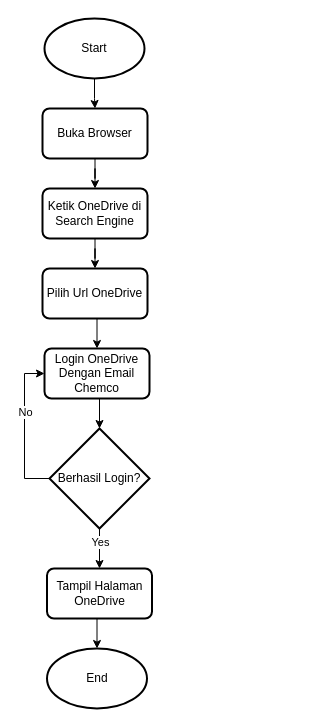
The draw.io diagram OneDrive.drawio in armanefendi/Arman-Efendi, before the edit. Source tidied: cells renumbered, new cells numbered last; positions are measured from the earlier drawing's top-left corner, leaving out a move shared by most shapes. Both pictures are drawn from the tidied source at 100%, with x=0, y=0 at pixel (42, 18). Pictures stored in the file or linked from it are replaced by grey dashed boxes.
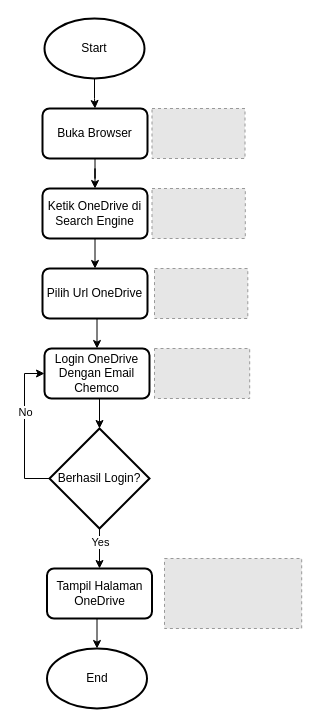
After the change.

The change refers to these unchanged cells:
```xml
<mxCell id="7" value="Ketik OneDrive di Search Engine" style="rounded=1;whiteSpace=wrap;html=1;absoluteArcSize=1;arcSize=14;strokeWidth=2;" parent="1" vertex="1">
  <mxGeometry y="170" width="105" height="50" as="geometry" />
</mxCell>
<mxCell id="9" value="Pilih Url OneDrive" style="rounded=1;whiteSpace=wrap;html=1;absoluteArcSize=1;arcSize=14;strokeWidth=2;" parent="1" vertex="1">
  <mxGeometry y="250" width="105" height="50" as="geometry" />
</mxCell>
```

What changed in the source:
```diff
@@
-    <mxCell id="6" style="edgeStyle=orthogonalEdgeStyle;rounded=0;jettySize=auto;html=1;exitX=0.5;exitY=1;exitDx=0;exitDy=0;" parent="1" edge="1" source="7" target="9">
+    <mxCell id="6" style="edgeStyle=orthogonalEdgeStyle;rounded=0;jettySize=auto;html=1;exitX=0.5;exitY=1;exitDx=0;exitDy=0;entryX=0.5;entryY=0;entryDx=0;entryDy=0;" parent="1" edge="1" source="7" target="9">
       <mxGeometry relative="1" as="geometry" />
     </mxCell>
@@
+    <mxCell id="20" style="fillColor=#E6E6E6;strokeColor=#999999;dashed=1;verticalLabelPosition=bottom;labelBackgroundColor=default;verticalAlign=top;" parent="1" vertex="1">
+      <mxGeometry x="109.5" y="90" width="93" height="50" as="geometry" />
+    </mxCell>
+    <mxCell id="21" style="fillColor=#E6E6E6;strokeColor=#999999;dashed=1;verticalLabelPosition=bottom;labelBackgroundColor=default;verticalAlign=top;" parent="1" vertex="1">
+      <mxGeometry x="109.5" y="170" width="93.3" height="50" as="geometry" />
+    </mxCell>
+    <mxCell id="22" style="fillColor=#E6E6E6;strokeColor=#999999;dashed=1;verticalLabelPosition=bottom;labelBackgroundColor=default;verticalAlign=top;" parent="1" vertex="1">
+      <mxGeometry x="112" y="250" width="93.3" height="50" as="geometry" />
+    </mxCell>
+    <mxCell id="23" style="fillColor=#E6E6E6;strokeColor=#999999;dashed=1;verticalLabelPosition=bottom;labelBackgroundColor=default;verticalAlign=top;" parent="1" vertex="1">
+      <mxGeometry x="112" y="330" width="95.2" height="50" as="geometry" />
+    </mxCell>
+    <mxCell id="24" style="fillColor=#E6E6E6;strokeColor=#999999;dashed=1;verticalLabelPosition=bottom;labelBackgroundColor=default;verticalAlign=top;" parent="1" vertex="1">
+      <mxGeometry x="122" y="540" width="137.2" height="70" as="geometry" />
+    </mxCell>
```
